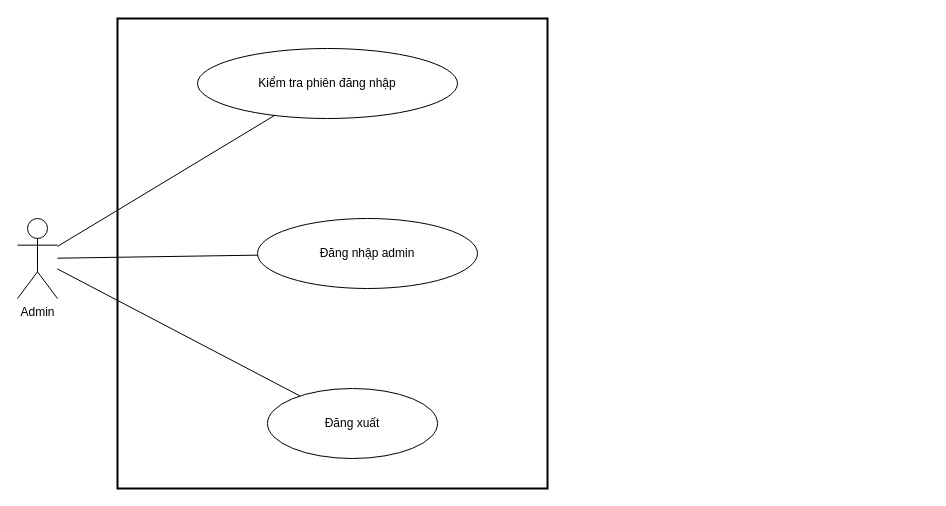
Before: page "Chi tiết - Xác thực" (2 of 9) of docs/diagram/usecase/admin/usecase_admin.drawio in sangnp-s-organiztion/food-market-narrator, a draw.io diagram. Source tidied: cells renumbered, new cells numbered last; positions are measured from the earlier drawing's top-left corner, leaving out a move shared by most shapes. Both pictures are drawn from the tidied source at 100%, with x=0, y=0 at pixel (17, 18).
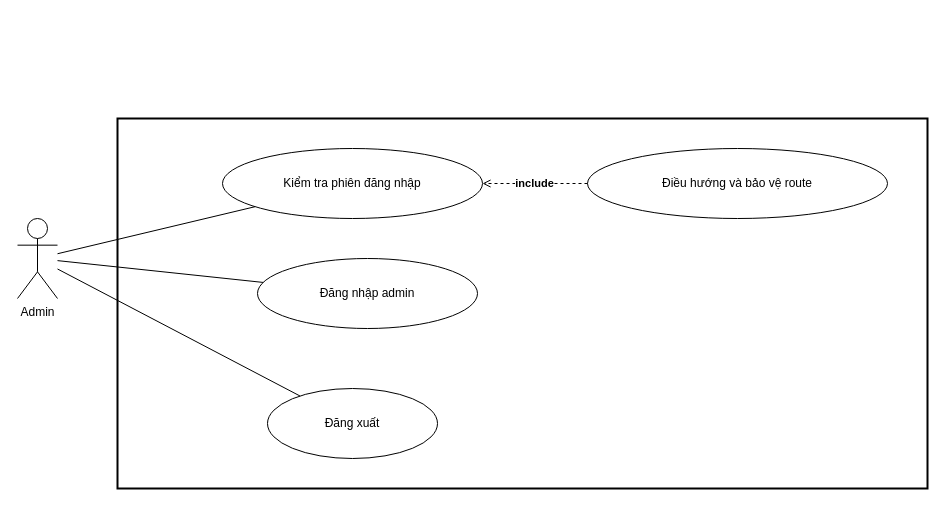
The same diagram, later.

Change to the diagram source:
```diff
@@
 <mxGraphModel>
   <root>
     <mxCell id="0" />
     <mxCell id="1" parent="0" />
     <mxCell id="2" value="Admin" style="shape=umlActor;verticalLabelPosition=bottom;verticalAlign=top;html=1;" parent="1" vertex="1">
       <mxGeometry y="200" width="40" height="80" as="geometry" />
     </mxCell>
     <mxCell id="3" style="rounded=0;whiteSpace=wrap;html=1;strokeWidth=2;fillColor=none;" parent="1" vertex="1">
-      <mxGeometry x="100" width="430" height="470" as="geometry" />
+      <mxGeometry x="100" y="100" width="810" height="370" as="geometry" />
     </mxCell>
     <mxCell id="4" value="Kiểm tra phiên đăng nhập" style="ellipse;whiteSpace=wrap;html=1;" parent="1" vertex="1">
-      <mxGeometry x="180" y="30" width="260" height="70" as="geometry" />
+      <mxGeometry x="205" y="130" width="260" height="70" as="geometry" />
     </mxCell>
+    <mxCell id="10" value="Điều hướng và bảo vệ route" style="ellipse;whiteSpace=wrap;html=1;" parent="1" vertex="1">
+      <mxGeometry x="570" y="130" width="300" height="70" as="geometry" />
+    </mxCell>
     <mxCell id="5" value="Đăng nhập admin" style="ellipse;whiteSpace=wrap;html=1;" parent="1" vertex="1">
-      <mxGeometry x="240" y="200" width="220" height="70" as="geometry" />
+      <mxGeometry x="240" y="240" width="220" height="70" as="geometry" />
     </mxCell>
     <mxCell id="6" value="Đăng xuất" style="ellipse;whiteSpace=wrap;html=1;" parent="1" vertex="1">
       <mxGeometry x="250" y="370" width="170" height="70" as="geometry" />
     </mxCell>
     <mxCell id="7" style="endArrow=none;html=1;" parent="1" edge="1" source="2" target="4">
       <mxGeometry relative="1" as="geometry" />
     </mxCell>
     <mxCell id="8" style="endArrow=none;html=1;" parent="1" edge="1" source="2" target="5">
       <mxGeometry relative="1" as="geometry" />
     </mxCell>
     <mxCell id="9" style="endArrow=none;html=1;" parent="1" edge="1" source="2" target="6">
       <mxGeometry relative="1" as="geometry" />
     </mxCell>
+    <mxCell id="11" value="include" style="dashed=1;endArrow=open;html=1;fontStyle=1;" parent="1" edge="1" source="10" target="4">
+      <mxGeometry relative="1" as="geometry" />
+    </mxCell>
   </root>
 </mxGraphModel>
```
